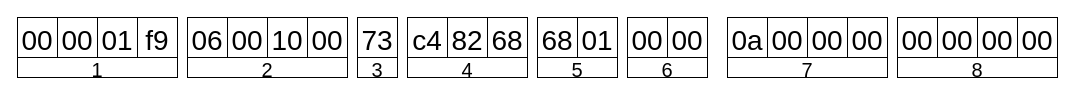
Earlier version of the draw.io diagram page "E-Frame Header" (5 of 5) of dissector/images/DVRIP_Sofia_headers.drawio (KostasEreksonas/Besder-6024PB-XMA501-ip-camera-security-investigation). Source tidied: cells renumbered, new cells numbered last; positions are measured from the earlier drawing's top-left corner, leaving out a move shared by most shapes. Both pictures are drawn from the tidied source at 100%, with x=0, y=0 at pixel (17, 17).
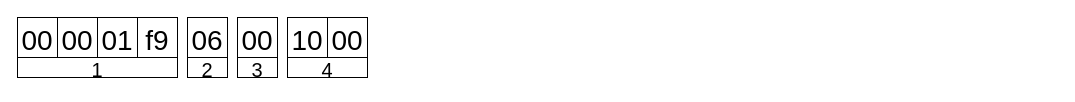
The same diagram, later.

What changed in the source:
```diff
@@
     <mxCell id="7" value="00" style="whiteSpace=wrap;html=1;fontSize=28;verticalAlign=top;" parent="1" vertex="1">
-      <mxGeometry x="210" width="40" height="40" as="geometry" />
+      <mxGeometry x="220" width="40" height="40" as="geometry" />
     </mxCell>
     <mxCell id="8" value="10" style="whiteSpace=wrap;html=1;fontSize=28;verticalAlign=top;" parent="1" vertex="1">
-      <mxGeometry x="250" width="40" height="40" as="geometry" />
+      <mxGeometry x="270" width="40" height="40" as="geometry" />
     </mxCell>
     <mxCell id="9" value="00" style="whiteSpace=wrap;html=1;fontSize=28;verticalAlign=top;" parent="1" vertex="1">
-      <mxGeometry x="290" width="40" height="40" as="geometry" />
+      <mxGeometry x="310" width="40" height="40" as="geometry" />
     </mxCell>
-    <mxCell id="10" value="01" style="whiteSpace=wrap;html=1;fontSize=28;verticalAlign=top;" parent="1" vertex="1">
-      <mxGeometry x="560" width="40" height="40" as="geometry" />
-    </mxCell>
-    <mxCell id="11" value="c4" style="whiteSpace=wrap;html=1;fontSize=28;verticalAlign=top;" parent="1" vertex="1">
-      <mxGeometry x="390" width="40" height="40" as="geometry" />
-    </mxCell>
-    <mxCell id="12" value="82" style="whiteSpace=wrap;html=1;fontSize=28;verticalAlign=top;" parent="1" vertex="1">
-      <mxGeometry x="430" width="40" height="40" as="geometry" />
-    </mxCell>
-    <mxCell id="13" value="68" style="whiteSpace=wrap;html=1;fontSize=28;verticalAlign=top;" parent="1" vertex="1">
-      <mxGeometry x="470" width="40" height="40" as="geometry" />
-    </mxCell>
@@
     <mxCell id="15" value="&lt;font style=&quot;font-size: 20px;&quot;&gt;2&lt;/font&gt;" style="whiteSpace=wrap;html=1;fontSize=28;verticalAlign=middle;imageAspect=1;imageHeight=12;" parent="1" vertex="1">
-      <mxGeometry x="170" y="40" width="160" height="20" as="geometry" />
+      <mxGeometry x="170" y="40" width="40" height="20" as="geometry" />
     </mxCell>
     <mxCell id="16" value="&lt;font style=&quot;font-size: 20px;&quot;&gt;3&lt;/font&gt;" style="whiteSpace=wrap;html=1;fontSize=28;verticalAlign=middle;imageAspect=1;imageHeight=12;" parent="1" vertex="1">
-      <mxGeometry x="340" y="40" width="40" height="20" as="geometry" />
+      <mxGeometry x="220" y="40" width="40" height="20" as="geometry" />
     </mxCell>
     <mxCell id="17" value="&lt;font style=&quot;font-size: 20px;&quot;&gt;4&lt;/font&gt;" style="whiteSpace=wrap;html=1;fontSize=28;verticalAlign=middle;imageAspect=1;imageHeight=12;" parent="1" vertex="1">
-      <mxGeometry x="390" y="40" width="120" height="20" as="geometry" />
+      <mxGeometry x="270" y="40" width="80" height="20" as="geometry" />
     </mxCell>
-    <mxCell id="18" value="&lt;div&gt;73&lt;/div&gt;" style="whiteSpace=wrap;html=1;fontSize=28;verticalAlign=top;" parent="1" vertex="1">
-      <mxGeometry x="340" width="40" height="40" as="geometry" />
-    </mxCell>
-    <mxCell id="19" value="68" style="whiteSpace=wrap;html=1;fontSize=28;verticalAlign=top;" parent="1" vertex="1">
-      <mxGeometry x="520" width="40" height="40" as="geometry" />
-    </mxCell>
-    <mxCell id="20" value="&lt;font style=&quot;font-size: 20px;&quot;&gt;5&lt;/font&gt;" style="whiteSpace=wrap;html=1;fontSize=28;verticalAlign=middle;imageAspect=1;imageHeight=12;" parent="1" vertex="1">
-      <mxGeometry x="520" y="40" width="80" height="20" as="geometry" />
-    </mxCell>
-    <mxCell id="21" value="00" style="whiteSpace=wrap;html=1;fontSize=28;verticalAlign=top;" parent="1" vertex="1">
-      <mxGeometry x="610" width="40" height="40" as="geometry" />
-    </mxCell>
-    <mxCell id="22" value="00" style="whiteSpace=wrap;html=1;fontSize=28;verticalAlign=top;" parent="1" vertex="1">
-      <mxGeometry x="650" width="40" height="40" as="geometry" />
-    </mxCell>
-    <mxCell id="23" value="&lt;font style=&quot;font-size: 20px;&quot;&gt;6&lt;/font&gt;" style="whiteSpace=wrap;html=1;fontSize=28;verticalAlign=middle;imageAspect=1;imageHeight=12;" parent="1" vertex="1">
-      <mxGeometry x="610" y="40" width="80" height="20" as="geometry" />
-    </mxCell>
-    <mxCell id="24" value="00" style="whiteSpace=wrap;html=1;fontSize=28;verticalAlign=top;" parent="1" vertex="1">
-      <mxGeometry x="790" width="40" height="40" as="geometry" />
-    </mxCell>
-    <mxCell id="25" value="00" style="whiteSpace=wrap;html=1;fontSize=28;verticalAlign=top;" parent="1" vertex="1">
-      <mxGeometry x="750" width="40" height="40" as="geometry" />
-    </mxCell>
-    <mxCell id="26" value="&lt;font style=&quot;font-size: 20px;&quot;&gt;7&lt;/font&gt;" style="whiteSpace=wrap;html=1;fontSize=28;verticalAlign=middle;imageAspect=1;imageHeight=12;" parent="1" vertex="1">
-      <mxGeometry x="710" y="40" width="160" height="20" as="geometry" />
-    </mxCell>
-    <mxCell id="27" value="00" style="whiteSpace=wrap;html=1;fontSize=28;verticalAlign=top;" parent="1" vertex="1">
-      <mxGeometry x="830" width="40" height="40" as="geometry" />
-    </mxCell>
-    <mxCell id="28" value="0a" style="whiteSpace=wrap;html=1;fontSize=28;verticalAlign=top;" parent="1" vertex="1">
-      <mxGeometry x="710" width="40" height="40" as="geometry" />
-    </mxCell>
-    <mxCell id="29" value="00" style="whiteSpace=wrap;html=1;fontSize=28;verticalAlign=top;" parent="1" vertex="1">
-      <mxGeometry x="960" width="40" height="40" as="geometry" />
-    </mxCell>
-    <mxCell id="30" value="00" style="whiteSpace=wrap;html=1;fontSize=28;verticalAlign=top;" parent="1" vertex="1">
-      <mxGeometry x="920" width="40" height="40" as="geometry" />
-    </mxCell>
-    <mxCell id="31" value="&lt;font style=&quot;font-size: 20px;&quot;&gt;8&lt;/font&gt;" style="whiteSpace=wrap;html=1;fontSize=28;verticalAlign=middle;imageAspect=1;imageHeight=12;" parent="1" vertex="1">
-      <mxGeometry x="880" y="40" width="160" height="20" as="geometry" />
-    </mxCell>
-    <mxCell id="32" value="00" style="whiteSpace=wrap;html=1;fontSize=28;verticalAlign=top;" parent="1" vertex="1">
-      <mxGeometry x="1000" width="40" height="40" as="geometry" />
-    </mxCell>
-    <mxCell id="33" value="00" style="whiteSpace=wrap;html=1;fontSize=28;verticalAlign=top;" parent="1" vertex="1">
-      <mxGeometry x="880" width="40" height="40" as="geometry" />
-    </mxCell>
```
